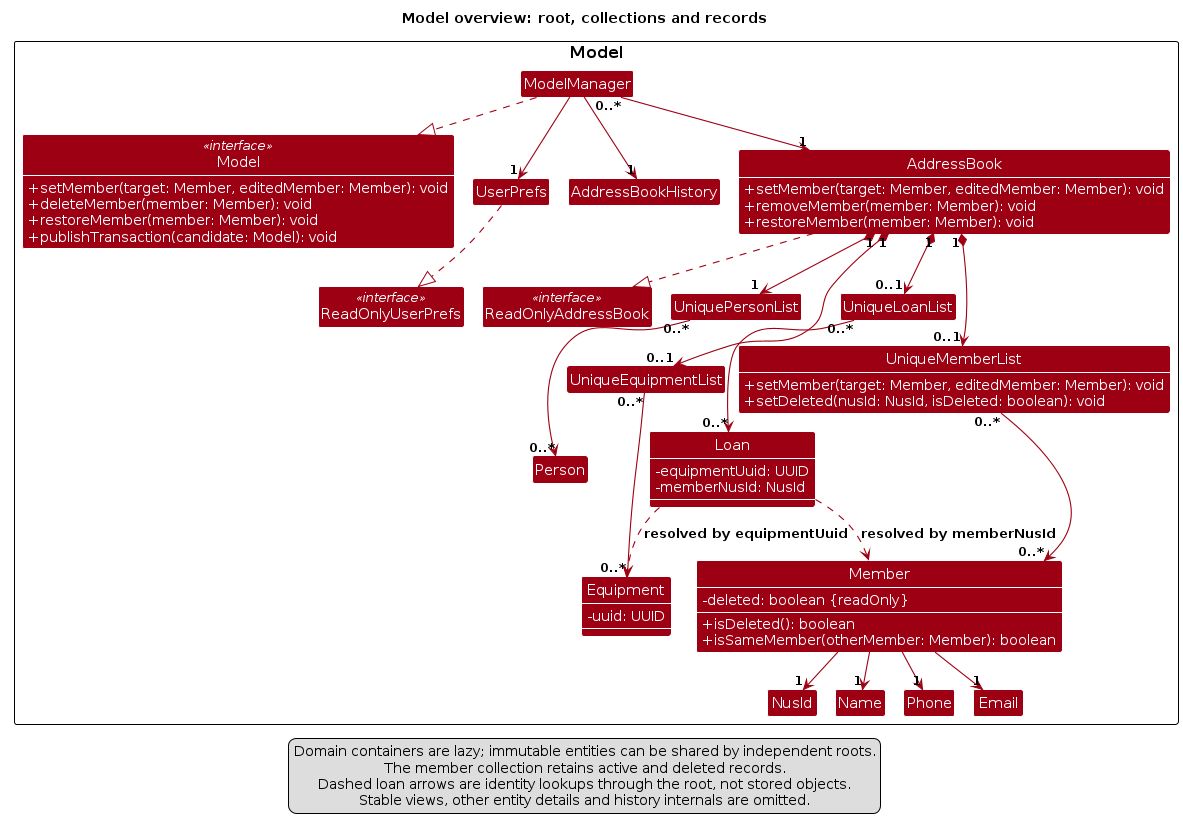
Earlier version of the PlantUML export diagrams/ModelClassDiagram.png (AY2627S1-CS2103T-F15-2/tp). Its source is kept beside it as diagrams/ModelClassDiagram.puml.
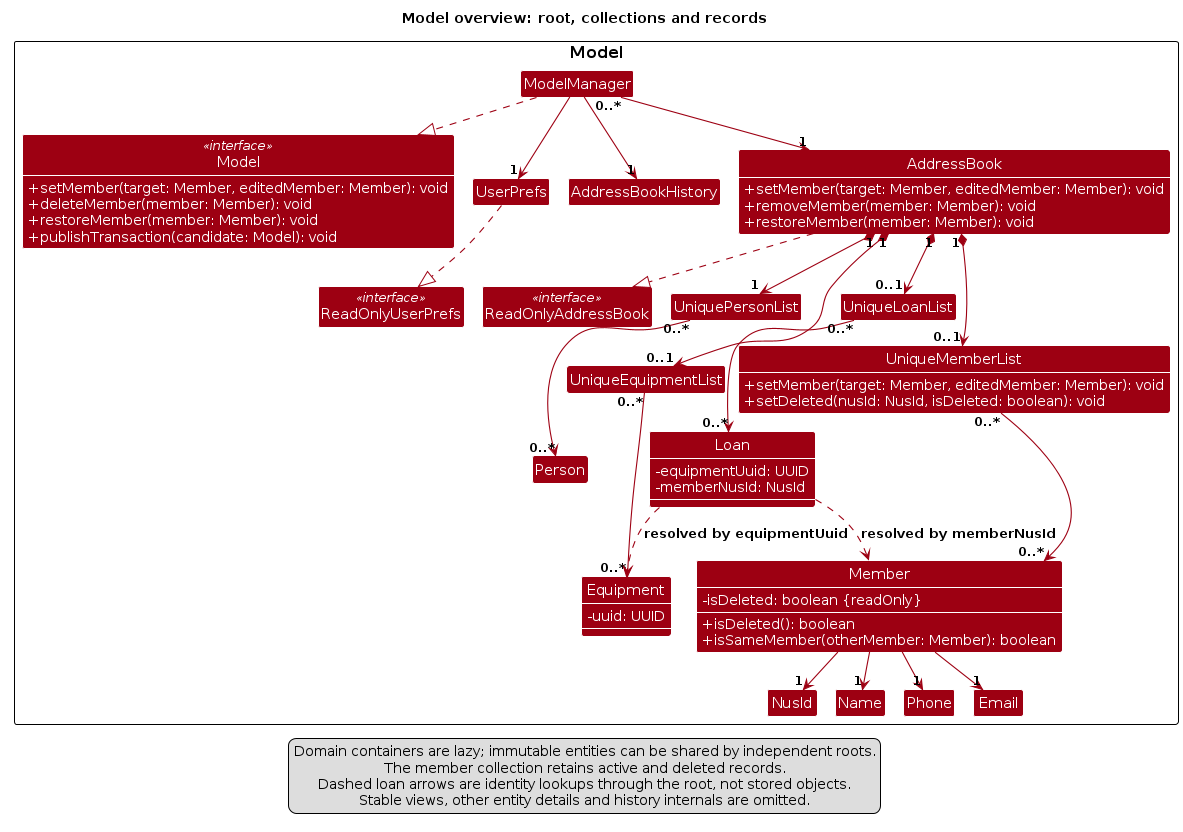
The same file after the commit.

The edit, as a diff of the source:
```diff
@@ -43,7 +43,7 @@
         -memberNusId: NusId
     }
     class Member {
-        -deleted: boolean {readOnly}
+        -isDeleted: boolean {readOnly}
         +isDeleted(): boolean
         +isSameMember(otherMember: Member): boolean
     }
```
